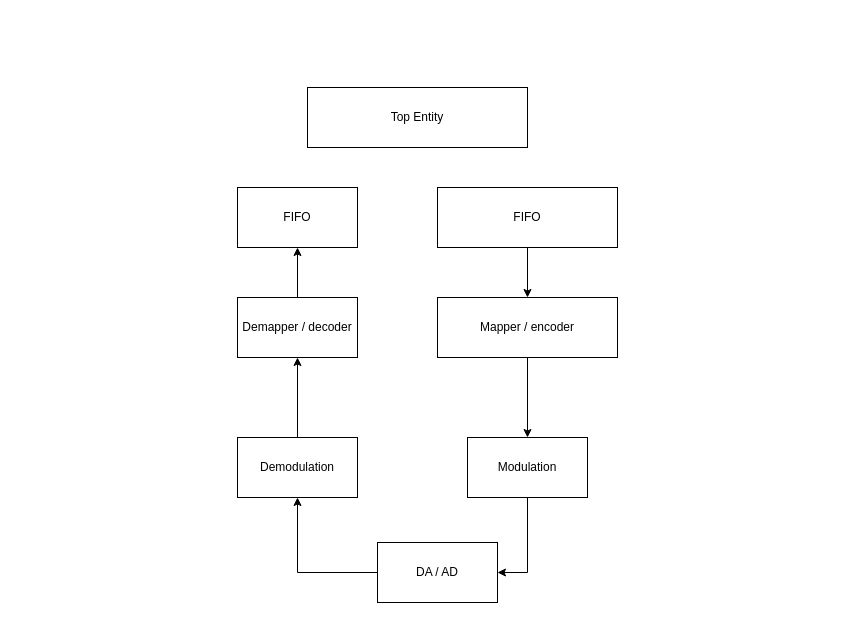
Above: fpga_design/schematics/entities.drawio in S160067/Modulation_DTU (draw.io), before the change. Source tidied: cells renumbered, new cells numbered last; positions are measured from the earlier drawing's top-left corner, leaving out a move shared by most shapes. Both pictures are drawn from the tidied source at 100%, with x=0, y=0 at pixel (237, 87).
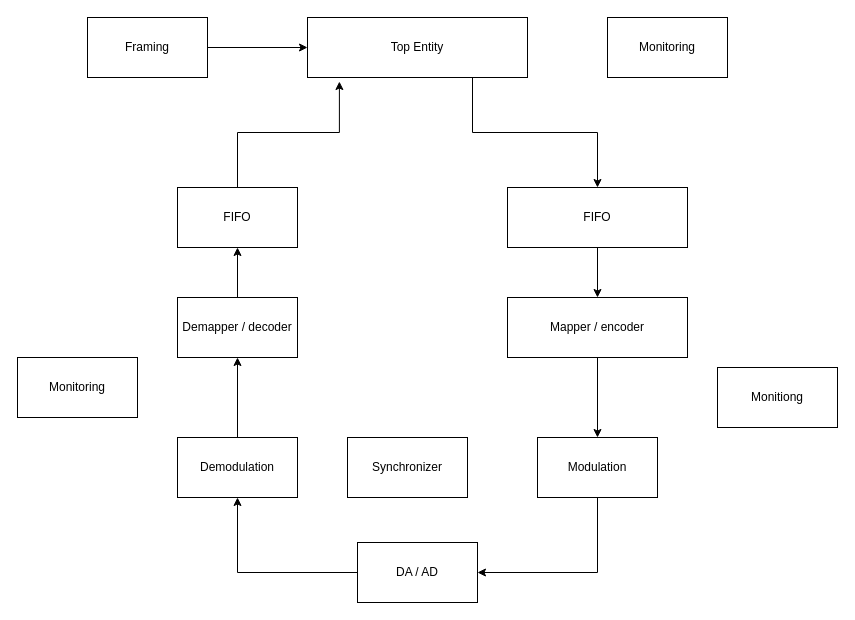
After the change.

Diff of the diagram source:
```diff
@@
+    <mxCell id="16" style="edgeStyle=orthogonalEdgeStyle;rounded=0;jettySize=auto;html=1;exitX=0.75;exitY=1;exitDx=0;exitDy=0;entryX=0.5;entryY=0;entryDx=0;entryDy=0;" parent="1" edge="1" source="2" target="4">
+      <mxGeometry relative="1" as="geometry" />
+    </mxCell>
     <mxCell id="2" value="Top Entity" style="whiteSpace=wrap;html=1;" parent="1" vertex="1">
-      <mxGeometry x="70" width="220" height="60" as="geometry" />
+      <mxGeometry x="70" y="-70" width="220" height="60" as="geometry" />
     </mxCell>
@@
     <mxCell id="4" value="FIFO" style="whiteSpace=wrap;html=1;" parent="1" vertex="1">
-      <mxGeometry x="200" y="100" width="180" height="60" as="geometry" />
+      <mxGeometry x="270" y="100" width="180" height="60" as="geometry" />
     </mxCell>
+    <mxCell id="17" style="edgeStyle=orthogonalEdgeStyle;rounded=0;jettySize=auto;html=1;exitX=0.5;exitY=0;exitDx=0;exitDy=0;entryX=0.145;entryY=1.067;entryDx=0;entryDy=0;entryPerimeter=0;" parent="1" edge="1" source="5" target="2">
+      <mxGeometry relative="1" as="geometry" />
+    </mxCell>
     <mxCell id="5" value="FIFO" style="whiteSpace=wrap;html=1;" parent="1" vertex="1">
-      <mxGeometry y="100" width="120" height="60" as="geometry" />
+      <mxGeometry x="-60" y="100" width="120" height="60" as="geometry" />
     </mxCell>
@@
     <mxCell id="7" value="Mapper / encoder" style="whiteSpace=wrap;html=1;" parent="1" vertex="1">
-      <mxGeometry x="200" y="210" width="180" height="60" as="geometry" />
+      <mxGeometry x="270" y="210" width="180" height="60" as="geometry" />
     </mxCell>
@@
     <mxCell id="9" value="Modulation" style="whiteSpace=wrap;html=1;" parent="1" vertex="1">
-      <mxGeometry x="230" y="350" width="120" height="60" as="geometry" />
+      <mxGeometry x="300" y="350" width="120" height="60" as="geometry" />
     </mxCell>
@@
     <mxCell id="11" value="DA / AD" style="whiteSpace=wrap;html=1;" parent="1" vertex="1">
-      <mxGeometry x="140" y="455" width="120" height="60" as="geometry" />
+      <mxGeometry x="120" y="455" width="120" height="60" as="geometry" />
     </mxCell>
@@
     <mxCell id="13" value="Demodulation" style="whiteSpace=wrap;html=1;" parent="1" vertex="1">
-      <mxGeometry y="350" width="120" height="60" as="geometry" />
+      <mxGeometry x="-60" y="350" width="120" height="60" as="geometry" />
     </mxCell>
@@
     <mxCell id="15" value="Demapper / decoder" style="whiteSpace=wrap;html=1;" parent="1" vertex="1">
-      <mxGeometry y="210" width="120" height="60" as="geometry" />
+      <mxGeometry x="-60" y="210" width="120" height="60" as="geometry" />
     </mxCell>
+    <mxCell id="18" style="edgeStyle=orthogonalEdgeStyle;rounded=0;jettySize=auto;html=1;exitX=1;exitY=0.5;exitDx=0;exitDy=0;entryX=0;entryY=0.5;entryDx=0;entryDy=0;" parent="1" edge="1" source="19" target="2">
+      <mxGeometry relative="1" as="geometry" />
+    </mxCell>
+    <mxCell id="19" value="Framing" style="whiteSpace=wrap;html=1;" parent="1" vertex="1">
+      <mxGeometry x="-150" y="-70" width="120" height="60" as="geometry" />
+    </mxCell>
+    <mxCell id="20" value="Monitoring" style="whiteSpace=wrap;html=1;" parent="1" vertex="1">
+      <mxGeometry x="370" y="-70" width="120" height="60" as="geometry" />
+    </mxCell>
+    <mxCell id="21" value="Monitiong" style="whiteSpace=wrap;html=1;" parent="1" vertex="1">
+      <mxGeometry x="480" y="280" width="120" height="60" as="geometry" />
+    </mxCell>
+    <mxCell id="22" value="Monitoring" style="whiteSpace=wrap;html=1;" parent="1" vertex="1">
+      <mxGeometry x="-220" y="270" width="120" height="60" as="geometry" />
+    </mxCell>
+    <mxCell id="23" value="Synchronizer" style="whiteSpace=wrap;html=1;" parent="1" vertex="1">
+      <mxGeometry x="110" y="350" width="120" height="60" as="geometry" />
+    </mxCell>
```
